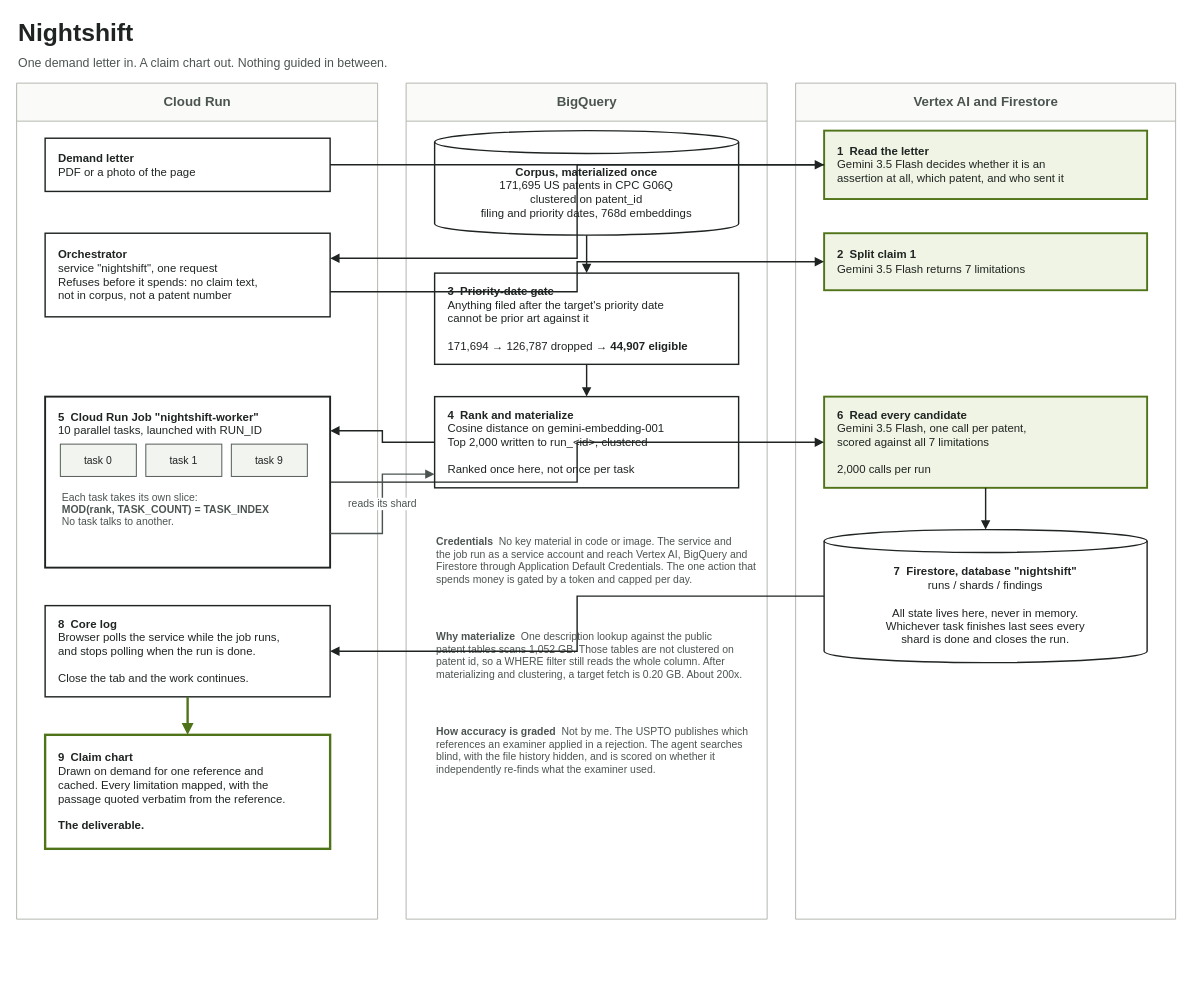
JonathanSolvesProblems/nightshift keeps this draw.io diagram as docs/architecture.drawio. Above is the earlier version. Source tidied: cells renumbered, new cells numbered last; positions are measured from the earlier drawing's top-left corner, leaving out a move shared by most shapes. Both pictures are drawn from the tidied source at 95%, with x=0, y=0 at pixel (16, 16).
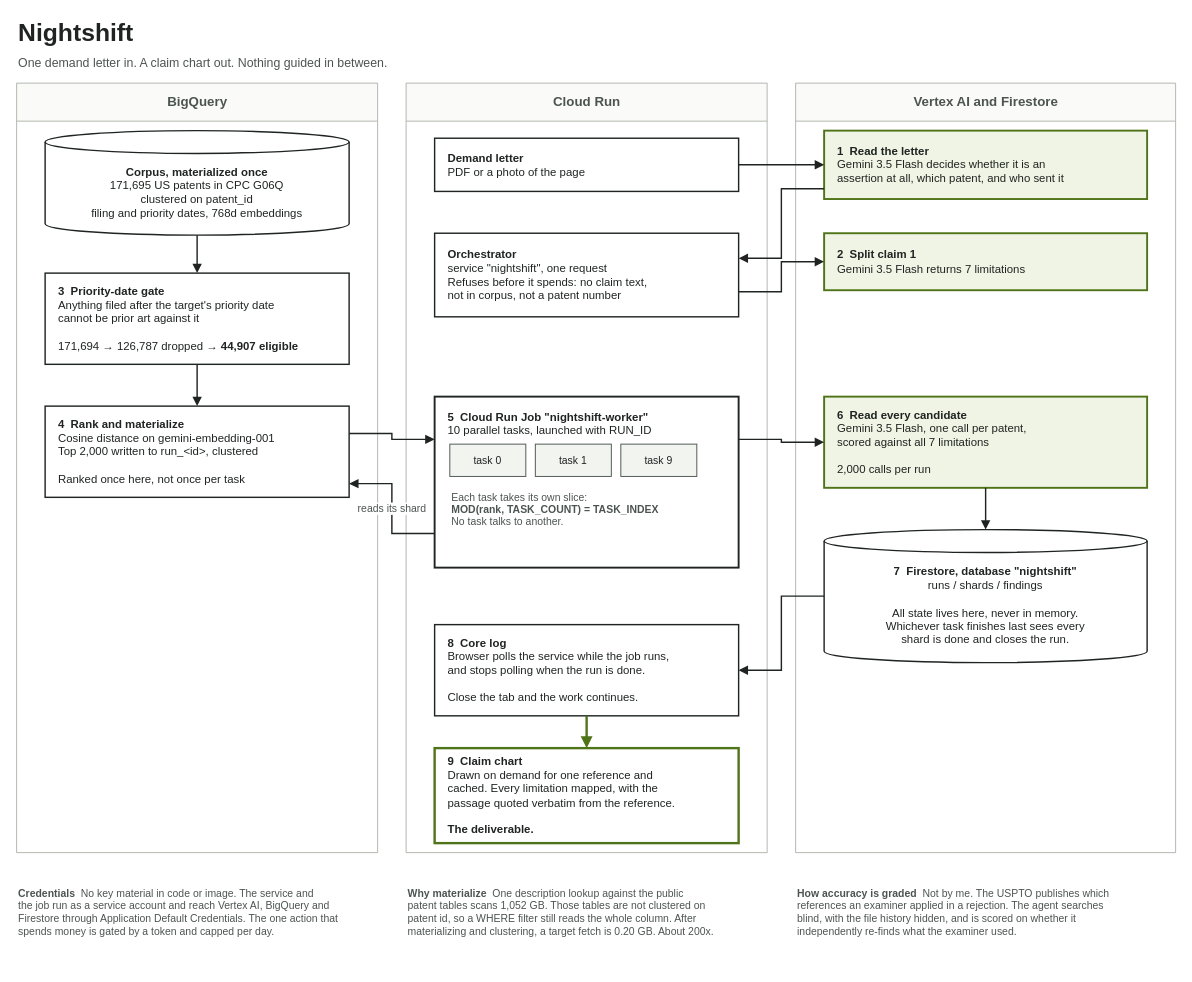
The same page after the edit.

Commit message (it also covers changes not shown here):
Put Cloud Run in the middle lane so no connector crosses a box

Unchanged cells that the change refers to:
```xml
<mxCell id="8" value="&lt;b&gt;1  Read the letter&lt;/b&gt;&lt;br&gt;Gemini 3.5 Flash decides whether it is an&lt;br&gt;assertion at all, which patent, and who sent it" style="rounded=0;whiteSpace=wrap;html=1;fillColor=#EFF4E4;strokeColor=#4F7318;strokeWidth=2;fontSize=12;fontColor=#1F2422;fontFamily=Helvetica;align=left;spacingLeft=12;verticalAlign=middle;dashed=0;" parent="1" vertex="1">
  <mxGeometry x="850" y="120" width="340" height="72" as="geometry" />
</mxCell>
<mxCell id="19" value="&lt;b&gt;6  Read every candidate&lt;/b&gt;&lt;br&gt;Gemini 3.5 Flash, one call per patent,&lt;br&gt;scored against all 7 limitations&lt;br&gt;&lt;br&gt;2,000 calls per run" style="rounded=0;whiteSpace=wrap;html=1;fillColor=#EFF4E4;strokeColor=#4F7318;strokeWidth=2;fontSize=12;fontColor=#1F2422;fontFamily=Helvetica;align=left;spacingLeft=12;verticalAlign=middle;dashed=0;" parent="1" vertex="1">
  <mxGeometry x="850" y="400" width="340" height="96" as="geometry" />
</mxCell>
```

The edit, as a diff of the source:
```diff
@@
     <mxCell id="4" value="Cloud Run" style="swimlane;horizontal=1;startSize=40;fillColor=#FAFBF8;strokeColor=#B0B5AC;strokeWidth=1;fontSize=14;fontStyle=1;fontColor=#4C5451;fontFamily=Helvetica;html=1;rounded=0;dashed=0;" parent="1" vertex="1">
-      <mxGeometry y="70" width="380" height="880" as="geometry" />
+      <mxGeometry x="410" y="70" width="380" height="810" as="geometry" />
     </mxCell>
     <mxCell id="5" value="BigQuery" style="swimlane;horizontal=1;startSize=40;fillColor=#FAFBF8;strokeColor=#B0B5AC;strokeWidth=1;fontSize=14;fontStyle=1;fontColor=#4C5451;fontFamily=Helvetica;html=1;rounded=0;dashed=0;" parent="1" vertex="1">
-      <mxGeometry x="410" y="70" width="380" height="880" as="geometry" />
+      <mxGeometry y="70" width="380" height="810" as="geometry" />
     </mxCell>
     <mxCell id="6" value="Vertex AI and Firestore" style="swimlane;horizontal=1;startSize=40;fillColor=#FAFBF8;strokeColor=#B0B5AC;strokeWidth=1;fontSize=14;fontStyle=1;fontColor=#4C5451;fontFamily=Helvetica;html=1;rounded=0;dashed=0;" parent="1" vertex="1">
-      <mxGeometry x="820" y="70" width="400" height="880" as="geometry" />
+      <mxGeometry x="820" y="70" width="400" height="810" as="geometry" />
     </mxCell>
     <mxCell id="7" value="&lt;b&gt;Demand letter&lt;/b&gt;&lt;br&gt;PDF or a photo of the page" style="rounded=0;whiteSpace=wrap;html=1;fillColor=#FFFFFF;strokeColor=#1F2422;strokeWidth=1.5;fontSize=12;fontColor=#1F2422;fontFamily=Helvetica;align=left;spacingLeft=12;verticalAlign=middle;dashed=0;" parent="1" vertex="1">
-      <mxGeometry x="30" y="128" width="300" height="56" as="geometry" />
+      <mxGeometry x="440" y="128" width="320" height="56" as="geometry" />
     </mxCell>
@@
     <mxCell id="10" value="&lt;b&gt;Orchestrator&lt;/b&gt;&lt;br&gt;service &quot;nightshift&quot;, one request&lt;br&gt;Refuses before it spends: no claim text,&lt;br&gt;not in corpus, not a patent number" style="rounded=0;whiteSpace=wrap;html=1;fillColor=#FFFFFF;strokeColor=#1F2422;strokeWidth=1.5;fontSize=12;fontColor=#1F2422;fontFamily=Helvetica;align=left;spacingLeft=12;verticalAlign=middle;dashed=0;" parent="1" vertex="1">
-      <mxGeometry x="30" y="228" width="300" height="88" as="geometry" />
+      <mxGeometry x="440" y="228" width="320" height="88" as="geometry" />
     </mxCell>
     <mxCell id="11" value="&lt;b&gt;Corpus, materialized once&lt;/b&gt;&lt;br&gt;171,695 US patents in CPC G06Q&lt;br&gt;clustered on patent_id&lt;br&gt;filing and priority dates, 768d embeddings" style="shape=cylinder3;boundedLbl=1;backgroundOutline=1;size=12;whiteSpace=wrap;html=1;fillColor=#FFFFFF;strokeColor=#1F2422;strokeWidth=1.5;fontSize=12;fontColor=#1F2422;fontFamily=Helvetica;dashed=0;" parent="1" vertex="1">
-      <mxGeometry x="440" y="120" width="320" height="110" as="geometry" />
+      <mxGeometry x="30" y="120" width="320" height="110" as="geometry" />
     </mxCell>
     <mxCell id="12" value="&lt;b&gt;3  Priority-date gate&lt;/b&gt;&lt;br&gt;Anything filed after the target's priority date&lt;br&gt;cannot be prior art against it&lt;br&gt;&lt;br&gt;171,694 → 126,787 dropped → &lt;b&gt;44,907 eligible&lt;/b&gt;" style="rounded=0;whiteSpace=wrap;html=1;fillColor=#FFFFFF;strokeColor=#1F2422;strokeWidth=1.5;fontSize=12;fontColor=#1F2422;fontFamily=Helvetica;align=left;spacingLeft=12;verticalAlign=middle;dashed=0;" parent="1" vertex="1">
-      <mxGeometry x="440" y="270" width="320" height="96" as="geometry" />
+      <mxGeometry x="30" y="270" width="320" height="96" as="geometry" />
     </mxCell>
     <mxCell id="13" value="&lt;b&gt;4  Rank and materialize&lt;/b&gt;&lt;br&gt;Cosine distance on gemini-embedding-001&lt;br&gt;Top 2,000 written to run_&amp;lt;id&amp;gt;, clustered&lt;br&gt;&lt;br&gt;Ranked once here, not once per task" style="rounded=0;whiteSpace=wrap;html=1;fillColor=#FFFFFF;strokeColor=#1F2422;strokeWidth=1.5;fontSize=12;fontColor=#1F2422;fontFamily=Helvetica;align=left;spacingLeft=12;verticalAlign=middle;dashed=0;" parent="1" vertex="1">
-      <mxGeometry x="440" y="400" width="320" height="96" as="geometry" />
+      <mxGeometry x="30" y="410" width="320" height="96" as="geometry" />
     </mxCell>
     <mxCell id="14" value="&lt;b&gt;5  Cloud Run Job &quot;nightshift-worker&quot;&lt;/b&gt;&lt;br&gt;10 parallel tasks, launched with RUN_ID" style="rounded=0;whiteSpace=wrap;html=1;fillColor=#FFFFFF;strokeColor=#1F2422;strokeWidth=2;fontSize=12;fontColor=#1F2422;fontFamily=Helvetica;align=left;spacingLeft=12;verticalAlign=top;spacingTop=8;dashed=0;" parent="1" vertex="1">
-      <mxGeometry x="30" y="400" width="300" height="180" as="geometry" />
+      <mxGeometry x="440" y="400" width="320" height="180" as="geometry" />
     </mxCell>
     <mxCell id="15" value="task 0" style="rounded=0;whiteSpace=wrap;html=1;fillColor=#F2F4F0;strokeColor=#4C5451;strokeWidth=1;fontSize=11;fontColor=#1F2422;fontFamily=Helvetica;dashed=0;" parent="1" vertex="1">
-      <mxGeometry x="46" y="450" width="80" height="34" as="geometry" />
+      <mxGeometry x="456" y="450" width="80" height="34" as="geometry" />
     </mxCell>
     <mxCell id="16" value="task 1" style="rounded=0;whiteSpace=wrap;html=1;fillColor=#F2F4F0;strokeColor=#4C5451;strokeWidth=1;fontSize=11;fontColor=#1F2422;fontFamily=Helvetica;dashed=0;" parent="1" vertex="1">
-      <mxGeometry x="136" y="450" width="80" height="34" as="geometry" />
+      <mxGeometry x="546" y="450" width="80" height="34" as="geometry" />
     </mxCell>
     <mxCell id="17" value="task 9" style="rounded=0;whiteSpace=wrap;html=1;fillColor=#F2F4F0;strokeColor=#4C5451;strokeWidth=1;fontSize=11;fontColor=#1F2422;fontFamily=Helvetica;dashed=0;" parent="1" vertex="1">
-      <mxGeometry x="226" y="450" width="80" height="34" as="geometry" />
+      <mxGeometry x="636" y="450" width="80" height="34" as="geometry" />
     </mxCell>
     <mxCell id="18" value="Each task takes its own slice:&lt;br&gt;&lt;b&gt;MOD(rank, TASK_COUNT) = TASK_INDEX&lt;/b&gt;&lt;br&gt;No task talks to another." style="text;html=1;align=left;verticalAlign=middle;fontSize=11;fontColor=#4C5451;fontFamily=Helvetica;" parent="1" vertex="1">
-      <mxGeometry x="46" y="492" width="280" height="54" as="geometry" />
+      <mxGeometry x="456" y="492" width="290" height="54" as="geometry" />
     </mxCell>
@@
     <mxCell id="21" value="&lt;b&gt;8  Core log&lt;/b&gt;&lt;br&gt;Browser polls the service while the job runs,&lt;br&gt;and stops polling when the run is done.&lt;br&gt;&lt;br&gt;Close the tab and the work continues." style="rounded=0;whiteSpace=wrap;html=1;fillColor=#FFFFFF;strokeColor=#1F2422;strokeWidth=1.5;fontSize=12;fontColor=#1F2422;fontFamily=Helvetica;align=left;spacingLeft=12;verticalAlign=middle;dashed=0;" parent="1" vertex="1">
-      <mxGeometry x="30" y="620" width="300" height="96" as="geometry" />
+      <mxGeometry x="440" y="640" width="320" height="96" as="geometry" />
     </mxCell>
     <mxCell id="22" value="&lt;b&gt;9  Claim chart&lt;/b&gt;&lt;br&gt;Drawn on demand for one reference and&lt;br&gt;cached. Every limitation mapped, with the&lt;br&gt;passage quoted verbatim from the reference.&lt;br&gt;&lt;br&gt;&lt;b&gt;The deliverable.&lt;/b&gt;" style="rounded=0;whiteSpace=wrap;html=1;fillColor=#FFFFFF;strokeColor=#4F7318;strokeWidth=2.5;fontSize=12;fontColor=#1F2422;fontFamily=Helvetica;align=left;spacingLeft=12;verticalAlign=middle;dashed=0;" parent="1" vertex="1">
-      <mxGeometry x="30" y="756" width="300" height="120" as="geometry" />
+      <mxGeometry x="440" y="770" width="320" height="100" as="geometry" />
     </mxCell>
     <mxCell id="23" value="&lt;b&gt;Credentials&lt;/b&gt;  No key material in code or image. The service and&lt;br&gt;the job run as a service account and reach Vertex AI, BigQuery and&lt;br&gt;Firestore through Application Default Credentials. The one action that&lt;br&gt;spends money is gated by a token and capped per day." style="text;html=1;align=left;verticalAlign=top;fontSize=11;fontColor=#4C5451;fontFamily=Helvetica;" parent="1" vertex="1">
-      <mxGeometry x="440" y="540" width="340" height="80" as="geometry" />
+      <mxGeometry y="910" width="380" height="90" as="geometry" />
     </mxCell>
     <mxCell id="24" value="&lt;b&gt;Why materialize&lt;/b&gt;  One description lookup against the public&lt;br&gt;patent tables scans 1,052 GB. Those tables are not clustered on&lt;br&gt;patent id, so a WHERE filter still reads the whole column. After&lt;br&gt;materializing and clustering, a target fetch is 0.20 GB. About 200x." style="text;html=1;align=left;verticalAlign=top;fontSize=11;fontColor=#4C5451;fontFamily=Helvetica;" parent="1" vertex="1">
-      <mxGeometry x="440" y="640" width="340" height="80" as="geometry" />
+      <mxGeometry x="410" y="910" width="380" height="90" as="geometry" />
     </mxCell>
     <mxCell id="25" value="&lt;b&gt;How accuracy is graded&lt;/b&gt;  Not by me. The USPTO publishes which&lt;br&gt;references an examiner applied in a rejection. The agent searches&lt;br&gt;blind, with the file history hidden, and is scored on whether it&lt;br&gt;independently re-finds what the examiner used." style="text;html=1;align=left;verticalAlign=top;fontSize=11;fontColor=#4C5451;fontFamily=Helvetica;" parent="1" vertex="1">
-      <mxGeometry x="440" y="740" width="340" height="80" as="geometry" />
+      <mxGeometry x="820" y="910" width="400" height="90" as="geometry" />
     </mxCell>
@@
-    <mxCell id="27" style="edgeStyle=orthogonalEdgeStyle;rounded=0;html=1;strokeColor=#1F2422;strokeWidth=1.5;endArrow=block;endFill=1;dashed=0;exitX=0;exitY=0.5;entryX=1;entryY=0.3;" parent="1" edge="1" source="8" target="10">
+    <mxCell id="27" style="edgeStyle=orthogonalEdgeStyle;rounded=0;html=1;strokeColor=#1F2422;strokeWidth=1.5;endArrow=block;endFill=1;dashed=0;exitX=0;exitY=0.85;entryX=1;entryY=0.3;" parent="1" edge="1" source="8" target="10">
       <mxGeometry relative="1" as="geometry" />
     </mxCell>
@@
-    <mxCell id="31" style="edgeStyle=orthogonalEdgeStyle;rounded=0;html=1;strokeColor=#1F2422;strokeWidth=1.5;endArrow=block;endFill=1;dashed=0;exitX=0;exitY=0.5;entryX=1;entryY=0.2;" parent="1" edge="1" source="13" target="14">
+    <mxCell id="31" style="edgeStyle=orthogonalEdgeStyle;rounded=0;html=1;strokeColor=#1F2422;strokeWidth=1.5;endArrow=block;endFill=1;dashed=0;exitX=1;exitY=0.3;entryX=0;entryY=0.25;" parent="1" edge="1" source="13" target="14">
       <mxGeometry relative="1" as="geometry" />
     </mxCell>
-    <mxCell id="32" style="edgeStyle=orthogonalEdgeStyle;rounded=0;html=1;strokeColor=#1F2422;strokeWidth=1.5;endArrow=block;endFill=1;dashed=0;exitX=1;exitY=0.5;entryX=0;entryY=0.5;" parent="1" edge="1" source="14" target="19">
+    <mxCell id="32" style="edgeStyle=orthogonalEdgeStyle;rounded=0;html=1;strokeColor=#1F2422;strokeWidth=1.5;endArrow=block;endFill=1;dashed=0;exitX=1;exitY=0.25;entryX=0;entryY=0.5;" parent="1" edge="1" source="14" target="19">
       <mxGeometry relative="1" as="geometry" />
     </mxCell>
@@
-    <mxCell id="36" value="reads its shard" style="edgeStyle=orthogonalEdgeStyle;rounded=0;html=1;strokeColor=#4C5451;strokeWidth=1.5;endArrow=block;endFill=1;dashed=0;exitX=1;exitY=0.8;entryX=0;entryY=0.85;fontSize=11;fontColor=#4C5451;fontFamily=Helvetica;" parent="1" edge="1" source="14" target="13">
+    <mxCell id="36" value="reads its shard" style="edgeStyle=orthogonalEdgeStyle;rounded=0;html=1;strokeColor=#1F2422;strokeWidth=1.5;endArrow=block;endFill=1;dashed=0;exitX=0;exitY=0.8;entryX=1;entryY=0.85;fontSize=11;fontColor=#4C5451;fontFamily=Helvetica;" parent="1" edge="1" source="14" target="13">
       <mxGeometry relative="1" as="geometry" />
     </mxCell>
```
